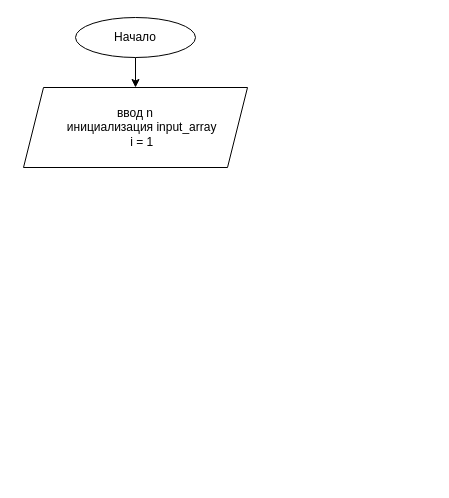
This is Блок-Схема.drawio from SVaMiRU/Final_test_on_the_main_block, a draw.io file, before an edit. Source tidied: cells renumbered, new cells numbered last; positions are measured from the earlier drawing's top-left corner, leaving out a move shared by most shapes. Both pictures are drawn from the tidied source at 100%, with x=0, y=0 at pixel (23, 17).
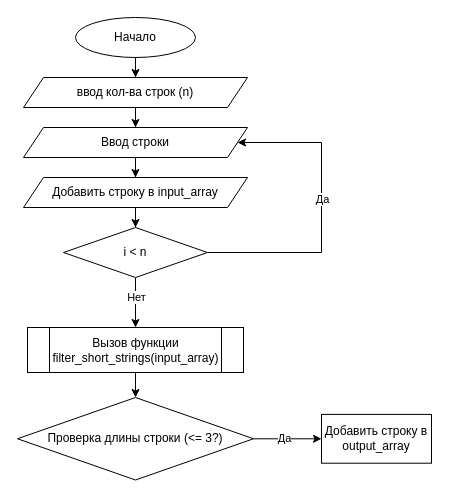
The same page after the edit.

The change refers to these unchanged cells:
```xml
<mxCell id="3" value="Начало" style="ellipse;whiteSpace=wrap;html=1;" parent="1" vertex="1">
  <mxGeometry x="52" width="120" height="40" as="geometry" />
</mxCell>
```

The edit, as a diff of the source:
```diff
@@
-    <mxCell id="2" style="edgeStyle=orthogonalEdgeStyle;rounded=0;jettySize=auto;html=1;" parent="1" edge="1" source="3" target="4">
-      <mxGeometry relative="1" as="geometry" />
+    <mxCell id="2" style="edgeStyle=orthogonalEdgeStyle;rounded=0;jettySize=auto;html=1;" parent="1" edge="1" source="11">
+      <mxGeometry relative="1" as="geometry">
+        <mxPoint x="112" y="70" as="targetPoint" />
+      </mxGeometry>
     </mxCell>
@@
-    <mxCell id="4" value="&lt;div&gt;ввод n&lt;/div&gt;&lt;div&gt;&amp;nbsp; &amp;nbsp; инициализация input_array&lt;/div&gt;&lt;div&gt;&amp;nbsp; &amp;nbsp; i = 1&lt;/div&gt;" style="shape=parallelogram;perimeter=parallelogramPerimeter;whiteSpace=wrap;html=1;fixedSize=1;" parent="1" vertex="1">
-      <mxGeometry y="70" width="224" height="80" as="geometry" />
-    </mxCell>
+    <mxCell id="5" style="edgeStyle=orthogonalEdgeStyle;rounded=0;jettySize=auto;html=1;" parent="1" edge="1" source="11" target="9">
+      <mxGeometry relative="1" as="geometry" />
+    </mxCell>
+    <mxCell id="6" style="edgeStyle=orthogonalEdgeStyle;rounded=0;orthogonalLoop=1;jettySize=auto;html=1;" parent="1" edge="1">
+      <mxGeometry relative="1" as="geometry">
+        <mxPoint x="112" y="230" as="sourcePoint" />
+      </mxGeometry>
+    </mxCell>
+    <mxCell id="7" style="edgeStyle=orthogonalEdgeStyle;rounded=0;orthogonalLoop=1;jettySize=auto;html=1;" parent="1" edge="1">
+      <mxGeometry relative="1" as="geometry">
+        <mxPoint x="112" y="290" as="sourcePoint" />
+      </mxGeometry>
+    </mxCell>
+    <mxCell id="8" style="edgeStyle=orthogonalEdgeStyle;rounded=0;jettySize=auto;html=1;" parent="1" edge="1" source="9" target="13">
+      <mxGeometry relative="1" as="geometry" />
+    </mxCell>
+    <mxCell id="9" value="&lt;div&gt;Ввод строки&lt;/div&gt;" style="shape=parallelogram;perimeter=parallelogramPerimeter;whiteSpace=wrap;html=1;fixedSize=1;" parent="1" vertex="1">
+      <mxGeometry y="110" width="224" height="30" as="geometry" />
+    </mxCell>
+    <mxCell id="10" style="edgeStyle=orthogonalEdgeStyle;rounded=0;jettySize=auto;html=1;" parent="1" edge="1" source="3" target="11">
+      <mxGeometry relative="1" as="geometry" />
+    </mxCell>
+    <mxCell id="11" value="&lt;div&gt;ввод кол-ва строк (n)&lt;/div&gt;" style="shape=parallelogram;perimeter=parallelogramPerimeter;whiteSpace=wrap;html=1;fixedSize=1;" parent="1" vertex="1">
+      <mxGeometry y="60" width="224" height="30" as="geometry" />
+    </mxCell>
+    <mxCell id="12" style="edgeStyle=orthogonalEdgeStyle;rounded=0;jettySize=auto;html=1;" parent="1" edge="1" source="13" target="18">
+      <mxGeometry relative="1" as="geometry" />
+    </mxCell>
+    <mxCell id="13" value="&lt;div&gt;Добавить строку в input_array&lt;/div&gt;" style="shape=parallelogram;perimeter=parallelogramPerimeter;whiteSpace=wrap;html=1;fixedSize=1;" parent="1" vertex="1">
+      <mxGeometry y="160" width="224" height="30" as="geometry" />
+    </mxCell>
+    <mxCell id="14" style="edgeStyle=orthogonalEdgeStyle;rounded=0;jettySize=auto;html=1;entryX=1;entryY=0.5;entryDx=0;entryDy=0;" parent="1" edge="1" source="18" target="9">
+      <mxGeometry relative="1" as="geometry">
+        <Array as="points">
+          <mxPoint x="298" y="235" />
+          <mxPoint x="298" y="125" />
+        </Array>
+      </mxGeometry>
+    </mxCell>
+    <mxCell id="15" value="Да" style="edgeLabel;html=1;align=center;verticalAlign=middle;" parent="14" vertex="1">
+      <mxGeometry x="0.09" relative="1" as="geometry" />
+    </mxCell>
+    <mxCell id="16" style="edgeStyle=orthogonalEdgeStyle;rounded=0;jettySize=auto;html=1;exitX=0.5;exitY=1;exitDx=0;exitDy=0;" parent="1" edge="1" source="18" target="20">
+      <mxGeometry relative="1" as="geometry" />
+    </mxCell>
+    <mxCell id="17" value="Нет" style="edgeLabel;html=1;align=center;verticalAlign=middle;" parent="16" vertex="1">
+      <mxGeometry x="-0.36" relative="1" as="geometry">
+        <mxPoint y="3" as="offset" />
+      </mxGeometry>
+    </mxCell>
+    <mxCell id="18" value="i &amp;lt; n" style="rhombus;whiteSpace=wrap;html=1;" parent="1" vertex="1">
+      <mxGeometry x="40" y="210" width="144" height="50" as="geometry" />
+    </mxCell>
+    <mxCell id="19" style="edgeStyle=orthogonalEdgeStyle;rounded=0;jettySize=auto;html=1;" parent="1" edge="1" source="20" target="23">
+      <mxGeometry relative="1" as="geometry" />
+    </mxCell>
+    <mxCell id="20" value="Вызов функции filter_short_strings(input_array)" style="shape=process;whiteSpace=wrap;html=1;backgroundOutline=1;" parent="1" vertex="1">
+      <mxGeometry x="4" y="310" width="216" height="45" as="geometry" />
+    </mxCell>
+    <mxCell id="21" style="edgeStyle=orthogonalEdgeStyle;rounded=0;jettySize=auto;html=1;" parent="1" edge="1" source="23" target="24">
+      <mxGeometry relative="1" as="geometry" />
+    </mxCell>
+    <mxCell id="22" value="Да" style="edgeLabel;html=1;align=center;verticalAlign=middle;" parent="21" vertex="1">
+      <mxGeometry x="-0.09" y="1" relative="1" as="geometry" />
+    </mxCell>
+    <mxCell id="23" value="Проверка длины строки (&amp;lt;= 3?)" style="rhombus;whiteSpace=wrap;html=1;" parent="1" vertex="1">
+      <mxGeometry x="-6" y="380" width="236" height="82.5" as="geometry" />
+    </mxCell>
+    <mxCell id="24" value="Добавить строку в output_array" style="whiteSpace=wrap;html=1;" parent="1" vertex="1">
+      <mxGeometry x="298" y="396.9" width="110" height="48.8" as="geometry" />
+    </mxCell>
```
